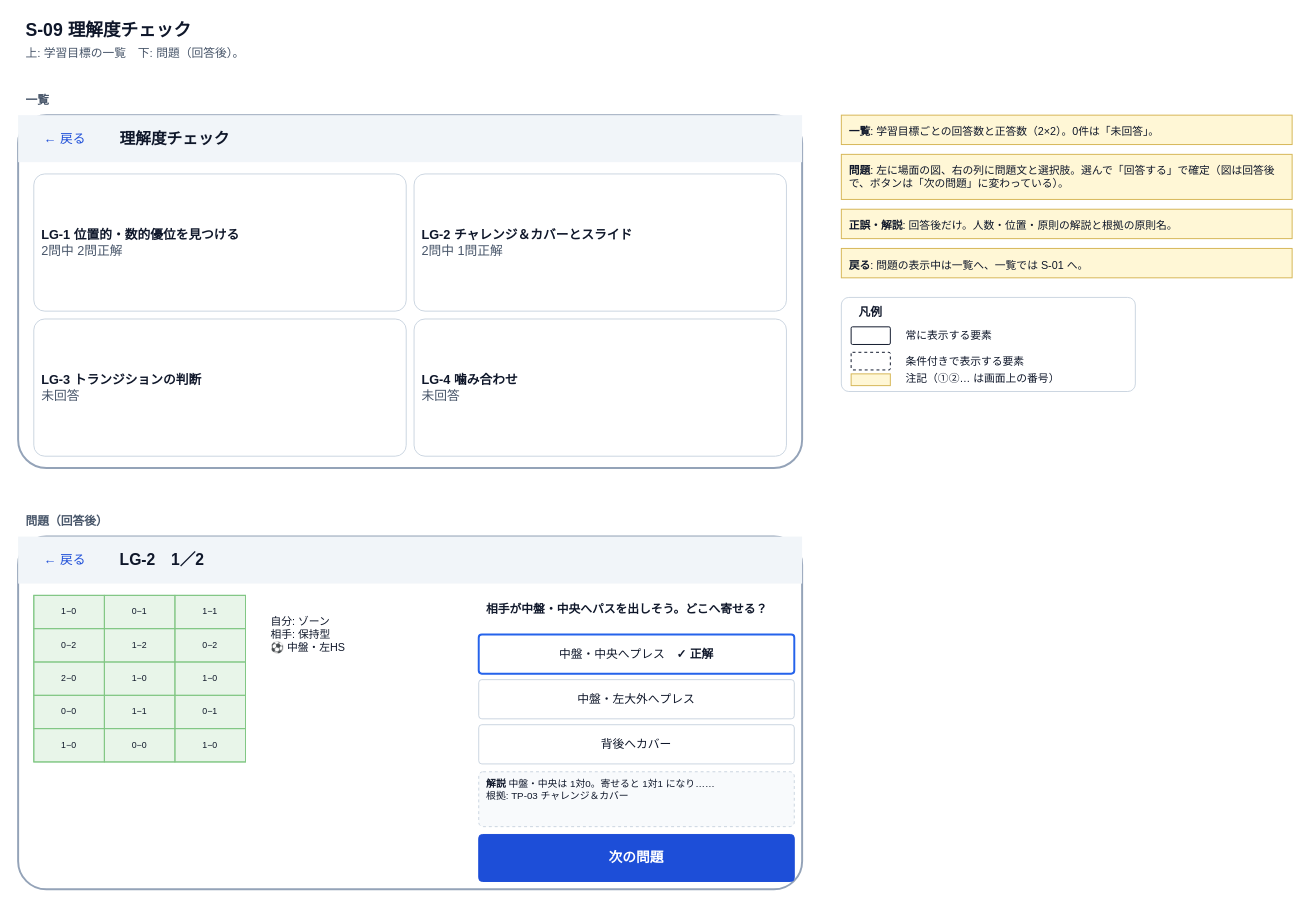
The draw.io diagram page "wireframe-s09-quiz" (9 of 12) of docs/specs/2_basic-design/wireframes.drawio in n-yata/soccer-sim, before the edit. Source tidied: cells renumbered, new cells numbered last; positions are measured from the earlier drawing's top-left corner, leaving out a move shared by most shapes. Both pictures are drawn from the tidied source at 98%, with x=0, y=0 at pixel (18, 17).
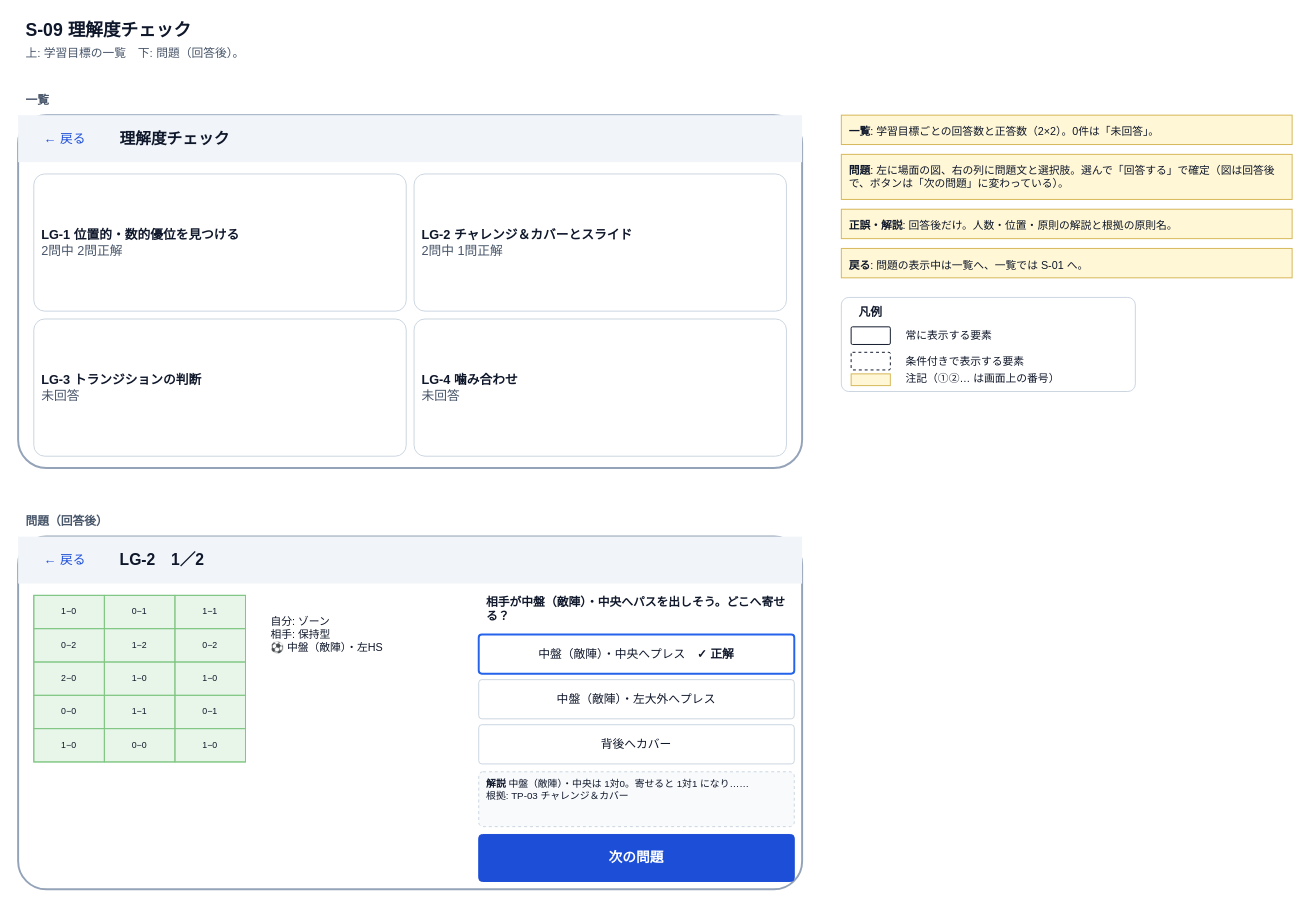
The same page after the edit.

Change to the diagram source:
```diff
@@
-    <mxCell id="34" value="自分: ゾーン&lt;br&gt;相手: 保持型&lt;br&gt;⚽ 中盤・左HS" style="rounded=0;arcSize=8;whiteSpace=wrap;html=1;fillColor=none;strokeColor=none;fontSize=11;fontColor=#0F172A;align=left;verticalAlign=middle;spacingLeft=6;spacingRight=6;" parent="1" vertex="1">
+    <mxCell id="34" value="自分: ゾーン&lt;br&gt;相手: 保持型&lt;br&gt;⚽ 中盤（敵陣）・左HS" style="rounded=0;arcSize=8;whiteSpace=wrap;html=1;fillColor=none;strokeColor=none;fontSize=11;fontColor=#0F172A;align=left;verticalAlign=middle;spacingLeft=6;spacingRight=6;" parent="1" vertex="1">
       <mxGeometry x="250" y="590" width="200" height="80" as="geometry" />
     </mxCell>
-    <mxCell id="35" value="相手が中盤・中央へパスを出しそう。どこへ寄せる？" style="rounded=0;arcSize=8;whiteSpace=wrap;html=1;fillColor=none;strokeColor=none;fontSize=12;fontColor=#0F172A;align=left;verticalAlign=middle;spacingLeft=6;spacingRight=6;fontStyle=1;" parent="1" vertex="1">
+    <mxCell id="35" value="相手が中盤（敵陣）・中央へパスを出しそう。どこへ寄せる？" style="rounded=0;arcSize=8;whiteSpace=wrap;html=1;fillColor=none;strokeColor=none;fontSize=12;fontColor=#0F172A;align=left;verticalAlign=middle;spacingLeft=6;spacingRight=6;fontStyle=1;" parent="1" vertex="1">
       <mxGeometry x="470" y="582" width="322" height="44" as="geometry" />
     </mxCell>
-    <mxCell id="36" value="中盤・中央へプレス　&lt;b&gt;✓ 正解&lt;/b&gt;" style="rounded=1;arcSize=8;whiteSpace=wrap;html=1;fillColor=#FFFFFF;strokeColor=#2563EB;fontSize=12;fontColor=#0F172A;align=center;verticalAlign=middle;spacingLeft=6;spacingRight=6;strokeWidth=2;" parent="1" vertex="1">
+    <mxCell id="36" value="中盤（敵陣）・中央へプレス　&lt;b&gt;✓ 正解&lt;/b&gt;" style="rounded=1;arcSize=8;whiteSpace=wrap;html=1;fillColor=#FFFFFF;strokeColor=#2563EB;fontSize=12;fontColor=#0F172A;align=center;verticalAlign=middle;spacingLeft=6;spacingRight=6;strokeWidth=2;" parent="1" vertex="1">
       <mxGeometry x="470" y="630" width="322" height="40" as="geometry" />
     </mxCell>
-    <mxCell id="37" value="中盤・左大外へプレス　&lt;b&gt;&lt;/b&gt;" style="rounded=1;arcSize=8;whiteSpace=wrap;html=1;fillColor=#FFFFFF;strokeColor=#CBD5E1;fontSize=12;fontColor=#0F172A;align=center;verticalAlign=middle;spacingLeft=6;spacingRight=6;" parent="1" vertex="1">
+    <mxCell id="37" value="中盤（敵陣）・左大外へプレス　&lt;b&gt;&lt;/b&gt;" style="rounded=1;arcSize=8;whiteSpace=wrap;html=1;fillColor=#FFFFFF;strokeColor=#CBD5E1;fontSize=12;fontColor=#0F172A;align=center;verticalAlign=middle;spacingLeft=6;spacingRight=6;" parent="1" vertex="1">
       <mxGeometry x="470" y="676" width="322" height="40" as="geometry" />
     </mxCell>
@@
-    <mxCell id="39" value="&lt;b&gt;解説&lt;/b&gt; 中盤・中央は 1対0。寄せると 1対1 になり……&lt;br&gt;根拠: TP-03 チャレンジ＆カバー" style="rounded=1;arcSize=8;whiteSpace=wrap;html=1;fillColor=#F8FAFC;strokeColor=#CBD5E1;fontSize=10;fontColor=#0F172A;align=left;verticalAlign=top;spacingLeft=6;spacingRight=6;dashed=1;" parent="1" vertex="1">
+    <mxCell id="39" value="&lt;b&gt;解説&lt;/b&gt; 中盤（敵陣）・中央は 1対0。寄せると 1対1 になり……&lt;br&gt;根拠: TP-03 チャレンジ＆カバー" style="rounded=1;arcSize=8;whiteSpace=wrap;html=1;fillColor=#F8FAFC;strokeColor=#CBD5E1;fontSize=10;fontColor=#0F172A;align=left;verticalAlign=top;spacingLeft=6;spacingRight=6;dashed=1;" parent="1" vertex="1">
       <mxGeometry x="470" y="770" width="322" height="56" as="geometry" />
     </mxCell>
```
